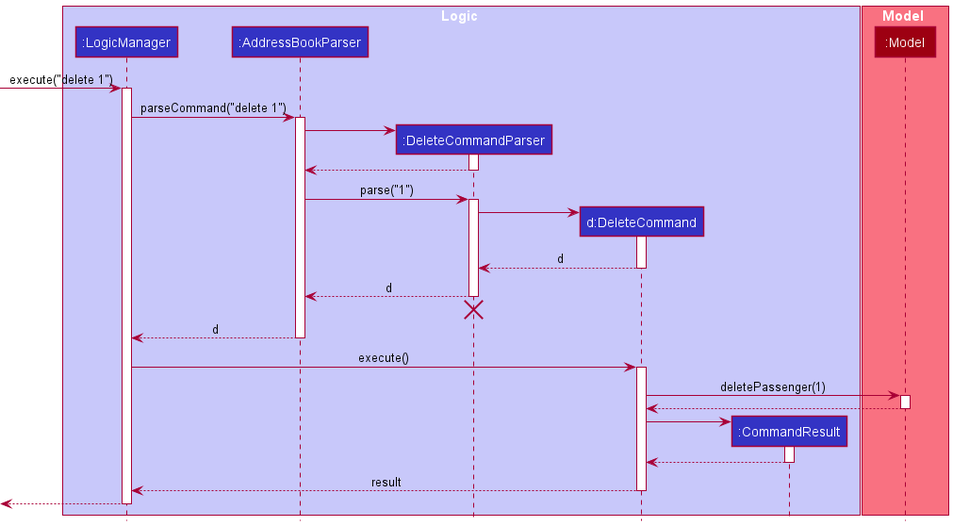
nus-cs2103-AY2021S2/tp keeps this PlantUML diagram as docs/images/DeleteSequenceDiagram.png. Above is the earlier version.
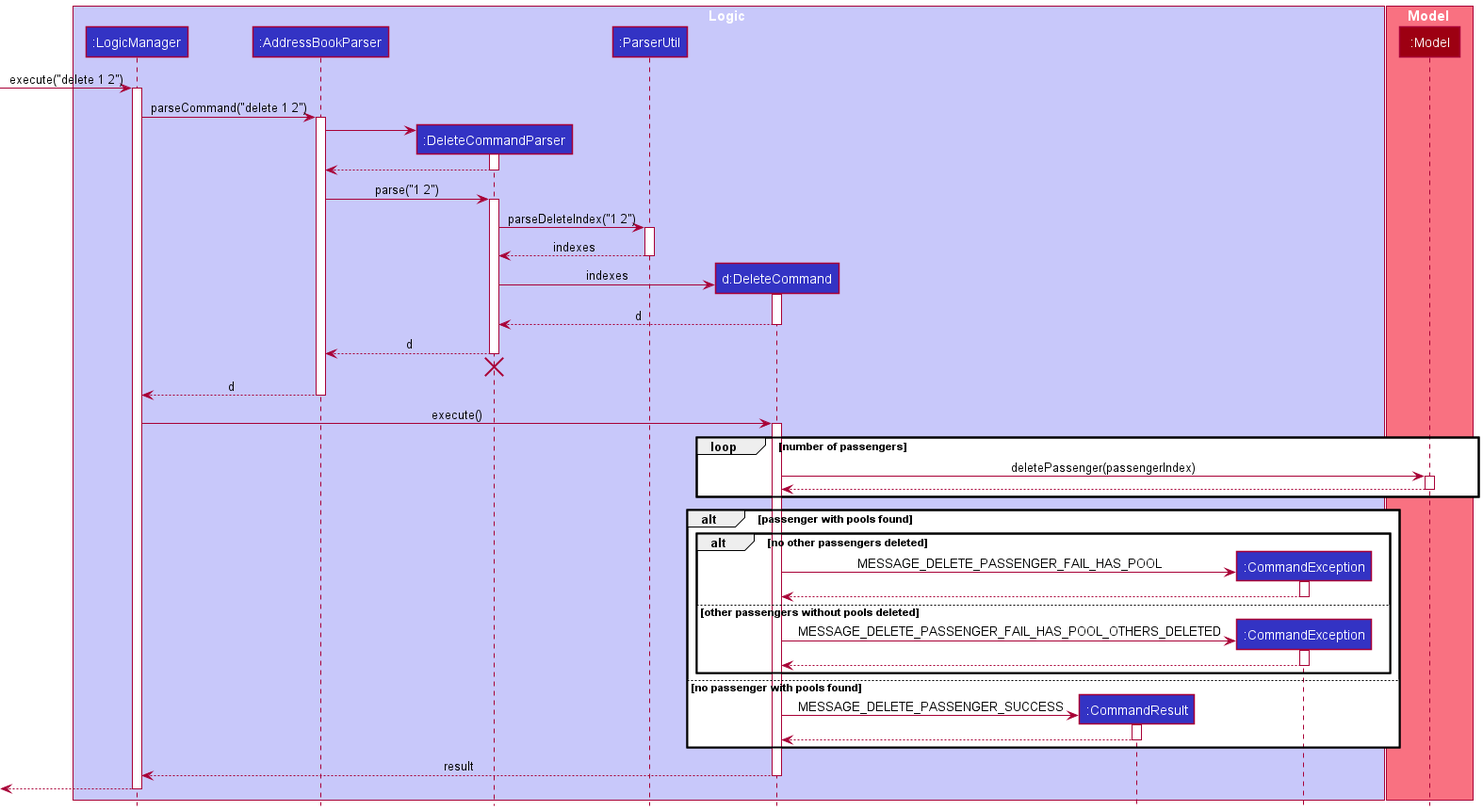
Later version of the same file.

Diff of the diagram source:
```diff
@@ -5,18 +5,20 @@
 participant ":LogicManager" as LogicManager LOGIC_COLOR
 participant ":AddressBookParser" as AddressBookParser LOGIC_COLOR
 participant ":DeleteCommandParser" as DeleteCommandParser LOGIC_COLOR
+participant ":ParserUtil" as ParserUtil LOGIC_COLOR
 participant "d:DeleteCommand" as DeleteCommand LOGIC_COLOR
 participant ":CommandResult" as CommandResult LOGIC_COLOR
+participant ":CommandException" as CommandException LOGIC_COLOR
 end box
 
 box Model MODEL_COLOR_T1
 participant ":Model" as Model MODEL_COLOR
 end box
 
-[-> LogicManager : execute("delete 1")
+[-> LogicManager : execute("delete 1 2")
 activate LogicManager
 
-LogicManager -> AddressBookParser : parseCommand("delete 1")
+LogicManager -> AddressBookParser : parseCommand("delete 1 2")
 activate AddressBookParser
 
 create DeleteCommandParser
@@ -26,11 +28,17 @@
 DeleteCommandParser --> AddressBookParser
 deactivate DeleteCommandParser
 
-AddressBookParser -> DeleteCommandParser : parse("1")
+AddressBookParser -> DeleteCommandParser : parse("1 2")
 activate DeleteCommandParser
 
+DeleteCommandParser -> ParserUtil : parseDeleteIndex("1 2")
+activate ParserUtil
+
+return indexes
+deactivate ParserUtil
+
 create DeleteCommand
-DeleteCommandParser -> DeleteCommand
+DeleteCommandParser -> DeleteCommand : indexes
 activate DeleteCommand
 
 DeleteCommand --> DeleteCommandParser : d
@@ -47,18 +55,38 @@
 LogicManager -> DeleteCommand : execute()
 activate DeleteCommand
 
-DeleteCommand -> Model : deletePassenger(1)
-activate Model
+loop number of passengers
+    DeleteCommand -> Model : deletePassenger(passengerIndex)
+    activate Model
 
-Model --> DeleteCommand
-deactivate Model
+    Model --> DeleteCommand
+    deactivate Model
+end
 
-create CommandResult
-DeleteCommand -> CommandResult
-activate CommandResult
+alt passenger with pools found
+    alt no other passengers deleted
+        create CommandException
+        DeleteCommand -> CommandException : MESSAGE_DELETE_PASSENGER_FAIL_HAS_POOL
+        activate CommandException
 
-CommandResult --> DeleteCommand
-deactivate CommandResult
+        CommandException --> DeleteCommand
+        deactivate CommandException
+    else other passengers without pools deleted
+        create CommandException
+        DeleteCommand -> CommandException : MESSAGE_DELETE_PASSENGER_FAIL_HAS_POOL_OTHERS_DELETED
+        activate CommandException
+
+        CommandException --> DeleteCommand
+        deactivate CommandException
+    end
+else no passenger with pools found
+    create CommandResult
+    DeleteCommand -> CommandResult : MESSAGE_DELETE_PASSENGER_SUCCESS
+    activate CommandResult
+
+    CommandResult --> DeleteCommand
+    deactivate CommandResult
+end
 
 DeleteCommand --> LogicManager : result
 deactivate DeleteCommand
```
